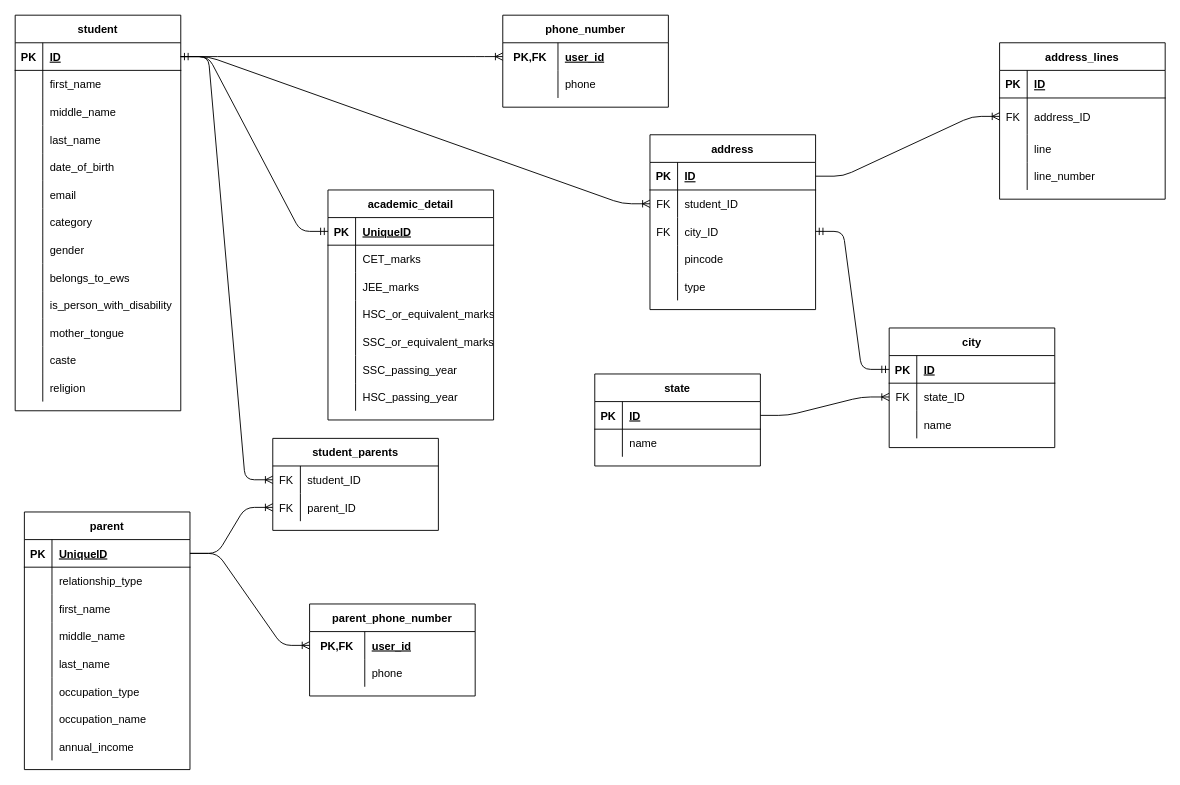
This is DatabaseDiagram.drawio from EquipstatTSEC/student-admission-system, a draw.io file, before an edit. Source tidied: cells renumbered, new cells numbered last; positions are measured from the earlier drawing's top-left corner, leaving out a move shared by most shapes. Both pictures are drawn from the tidied source at 92%, with x=0, y=0 at pixel (15, 15).
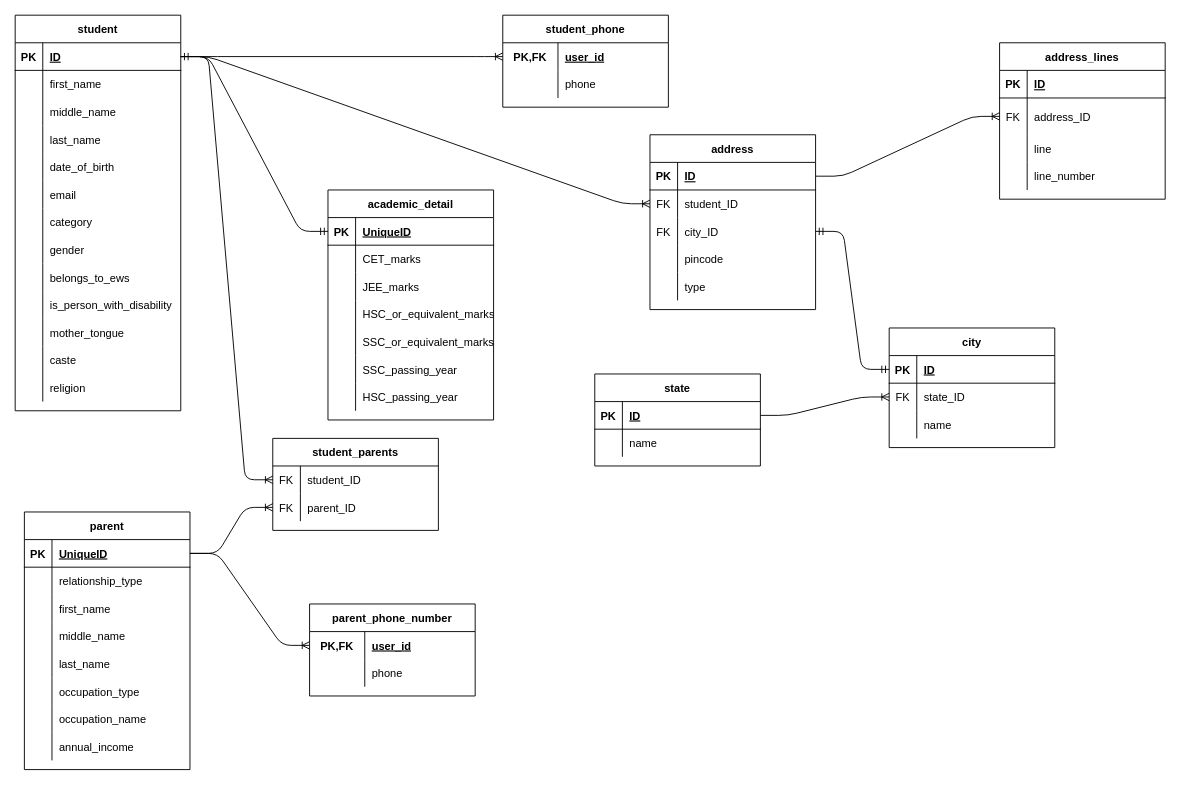
Above is the later version.

What changed in the source:
```diff
@@
-    <mxCell id="150" value="phone_number" style="shape=table;startSize=30;childLayout=tableLayout;rowLines=0;fontStyle=1;align=center;" parent="1" vertex="1">
+    <mxCell id="150" value="student_phone" style="shape=table;startSize=30;childLayout=tableLayout;rowLines=0;fontStyle=1;align=center;" parent="1" vertex="1">
       <mxGeometry x="530" width="180" height="100" as="geometry" />
     </mxCell>
```
